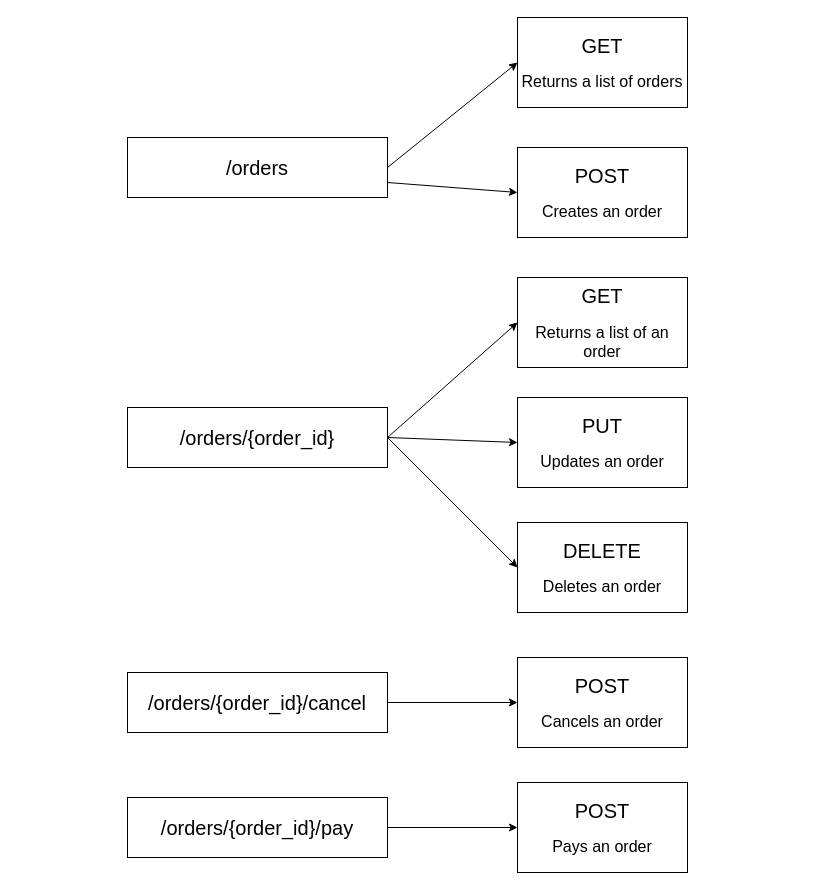
The draw.io diagram page "2.2" (2 of 12) of ch02.drawio in abunuwas/microservices-apis-img, before the edit. Source tidied: cells renumbered, new cells numbered last; positions are measured from the earlier drawing's top-left corner, leaving out a move shared by most shapes. Both pictures are drawn from the tidied source at 100%, with x=0, y=0 at pixel (127, 17).
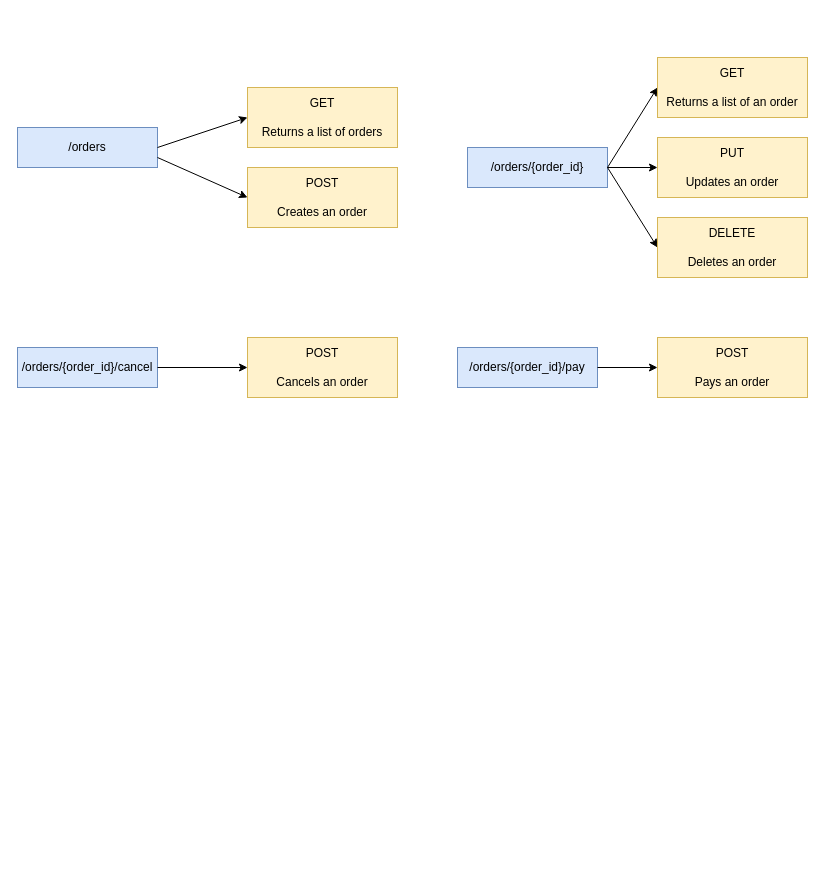
The same diagram, later.

What changed in the source:
```diff
@@
 <mxGraphModel>
   <root>
     <mxCell id="0" />
     <mxCell id="1" parent="0" />
-    <mxCell id="2" value="&lt;font style=&quot;font-size: 20px&quot;&gt;/orders&lt;/font&gt;" style="text;html=1;fillColor=none;align=center;verticalAlign=middle;whiteSpace=wrap;rounded=0;strokeColor=#000000;" parent="1" vertex="1">
-      <mxGeometry y="120" width="260" height="60" as="geometry" />
+    <mxCell id="2" value="&lt;font style=&quot;font-size: 12px&quot;&gt;/orders&lt;/font&gt;" style="text;html=1;fillColor=#dae8fc;align=center;verticalAlign=middle;whiteSpace=wrap;rounded=0;strokeColor=#6c8ebf;" parent="1" vertex="1">
+      <mxGeometry x="-110" y="110" width="140" height="40" as="geometry" />
     </mxCell>
-    <mxCell id="3" value="&lt;font style=&quot;font-size: 20px&quot;&gt;/orders/{order_id}&lt;/font&gt;" style="text;html=1;fillColor=none;align=center;verticalAlign=middle;whiteSpace=wrap;rounded=0;strokeColor=#000000;" parent="1" vertex="1">
-      <mxGeometry y="390" width="260" height="60" as="geometry" />
+    <mxCell id="3" value="&lt;font style=&quot;font-size: 12px&quot;&gt;/orders/{order_id}&lt;/font&gt;" style="text;html=1;fillColor=#dae8fc;align=center;verticalAlign=middle;whiteSpace=wrap;rounded=0;strokeColor=#6c8ebf;" parent="1" vertex="1">
+      <mxGeometry x="340" y="130" width="140" height="40" as="geometry" />
     </mxCell>
-    <mxCell id="4" value="&lt;font style=&quot;font-size: 20px&quot;&gt;/orders/{order_id}/cancel&lt;/font&gt;" style="text;html=1;fillColor=none;align=center;verticalAlign=middle;whiteSpace=wrap;rounded=0;strokeColor=#000000;" parent="1" vertex="1">
-      <mxGeometry y="655" width="260" height="60" as="geometry" />
+    <mxCell id="4" value="&lt;font style=&quot;font-size: 12px&quot;&gt;/orders/{order_id}/cancel&lt;/font&gt;" style="text;html=1;fillColor=#dae8fc;align=center;verticalAlign=middle;whiteSpace=wrap;rounded=0;strokeColor=#6c8ebf;" parent="1" vertex="1">
+      <mxGeometry x="-110" y="330" width="140" height="40" as="geometry" />
     </mxCell>
-    <mxCell id="5" value="&lt;font style=&quot;font-size: 20px&quot;&gt;/orders/{order_id}/pay&lt;/font&gt;" style="text;html=1;fillColor=none;align=center;verticalAlign=middle;whiteSpace=wrap;rounded=0;strokeColor=#000000;" parent="1" vertex="1">
-      <mxGeometry y="780" width="260" height="60" as="geometry" />
+    <mxCell id="5" value="&lt;font style=&quot;font-size: 12px&quot;&gt;/orders/{order_id}/pay&lt;/font&gt;" style="text;html=1;fillColor=#dae8fc;align=center;verticalAlign=middle;whiteSpace=wrap;rounded=0;strokeColor=#6c8ebf;" parent="1" vertex="1">
+      <mxGeometry x="330" y="330" width="140" height="40" as="geometry" />
     </mxCell>
     <mxCell id="6" style="endArrow=classic;html=1;exitX=1;exitY=0.5;exitDx=0;exitDy=0;entryX=0;entryY=0.5;entryDx=0;entryDy=0;" parent="1" edge="1" source="2" target="7">
       <mxGeometry relative="1" as="geometry" />
     </mxCell>
-    <mxCell id="7" value="&lt;font&gt;&lt;span style=&quot;font-size: 20px&quot;&gt;GET&lt;br&gt;&lt;/span&gt;&lt;br&gt;&lt;font style=&quot;font-size: 16px&quot;&gt;Returns a list of orders&lt;/font&gt;&lt;br&gt;&lt;/font&gt;" style="text;html=1;fillColor=none;align=center;verticalAlign=middle;whiteSpace=wrap;rounded=0;strokeColor=#000000;" parent="1" vertex="1">
-      <mxGeometry x="390" width="170" height="90" as="geometry" />
+    <mxCell id="7" value="&lt;font style=&quot;font-size: 12px&quot;&gt;&lt;span&gt;GET&lt;br&gt;&lt;/span&gt;&lt;br&gt;&lt;font style=&quot;font-size: 12px&quot;&gt;Returns a list of orders&lt;/font&gt;&lt;br&gt;&lt;/font&gt;" style="text;html=1;fillColor=#fff2cc;align=center;verticalAlign=middle;whiteSpace=wrap;rounded=0;strokeColor=#d6b656;" parent="1" vertex="1">
+      <mxGeometry x="120" y="70" width="150" height="60" as="geometry" />
     </mxCell>
-    <mxCell id="8" value="&lt;font&gt;&lt;span style=&quot;font-size: 20px&quot;&gt;POST&lt;br&gt;&lt;/span&gt;&lt;br&gt;&lt;font style=&quot;font-size: 16px&quot;&gt;Creates an order&lt;/font&gt;&lt;br&gt;&lt;/font&gt;" style="text;html=1;fillColor=none;align=center;verticalAlign=middle;whiteSpace=wrap;rounded=0;strokeColor=#000000;" parent="1" vertex="1">
-      <mxGeometry x="390" y="130" width="170" height="90" as="geometry" />
+    <mxCell id="8" value="&lt;font style=&quot;font-size: 12px&quot;&gt;&lt;span&gt;POST&lt;br&gt;&lt;/span&gt;&lt;br&gt;&lt;font style=&quot;font-size: 12px&quot;&gt;Creates an order&lt;/font&gt;&lt;br&gt;&lt;/font&gt;" style="text;html=1;fillColor=#fff2cc;align=center;verticalAlign=middle;whiteSpace=wrap;rounded=0;strokeColor=#d6b656;" parent="1" vertex="1">
+      <mxGeometry x="120" y="150" width="150" height="60" as="geometry" />
     </mxCell>
     <mxCell id="9" style="endArrow=classic;html=1;exitX=1;exitY=0.75;exitDx=0;exitDy=0;entryX=0;entryY=0.5;entryDx=0;entryDy=0;" parent="1" edge="1" source="2" target="8">
       <mxGeometry relative="1" as="geometry" />
     </mxCell>
     <mxCell id="10" style="endArrow=classic;html=1;exitX=1;exitY=0.5;exitDx=0;exitDy=0;entryX=0;entryY=0.5;entryDx=0;entryDy=0;" parent="1" edge="1" source="3" target="11">
       <mxGeometry relative="1" as="geometry" />
     </mxCell>
-    <mxCell id="11" value="&lt;font&gt;&lt;span style=&quot;font-size: 20px&quot;&gt;GET&lt;br&gt;&lt;/span&gt;&lt;br&gt;&lt;font style=&quot;font-size: 16px&quot;&gt;Returns a list of an order&lt;/font&gt;&lt;br&gt;&lt;/font&gt;" style="text;html=1;fillColor=none;align=center;verticalAlign=middle;whiteSpace=wrap;rounded=0;strokeColor=#000000;" parent="1" vertex="1">
-      <mxGeometry x="390" y="260" width="170" height="90" as="geometry" />
+    <mxCell id="11" value="&lt;font style=&quot;font-size: 12px&quot;&gt;&lt;span&gt;GET&lt;br&gt;&lt;/span&gt;&lt;br&gt;&lt;font style=&quot;font-size: 12px&quot;&gt;Returns a list of an order&lt;/font&gt;&lt;br&gt;&lt;/font&gt;" style="text;html=1;fillColor=#fff2cc;align=center;verticalAlign=middle;whiteSpace=wrap;rounded=0;strokeColor=#d6b656;" parent="1" vertex="1">
+      <mxGeometry x="530" y="40" width="150" height="60" as="geometry" />
     </mxCell>
     <mxCell id="12" style="endArrow=classic;html=1;exitX=1;exitY=0.5;exitDx=0;exitDy=0;entryX=0;entryY=0.5;entryDx=0;entryDy=0;" parent="1" edge="1" source="3" target="13">
       <mxGeometry relative="1" as="geometry" />
     </mxCell>
-    <mxCell id="13" value="&lt;font&gt;&lt;span style=&quot;font-size: 20px&quot;&gt;PUT&lt;br&gt;&lt;/span&gt;&lt;br&gt;&lt;font style=&quot;font-size: 16px&quot;&gt;Updates an order&lt;/font&gt;&lt;br&gt;&lt;/font&gt;" style="text;html=1;fillColor=none;align=center;verticalAlign=middle;whiteSpace=wrap;rounded=0;strokeColor=#000000;" parent="1" vertex="1">
-      <mxGeometry x="390" y="380" width="170" height="90" as="geometry" />
+    <mxCell id="13" value="&lt;font style=&quot;font-size: 12px&quot;&gt;&lt;span&gt;PUT&lt;br&gt;&lt;/span&gt;&lt;br&gt;&lt;font style=&quot;font-size: 12px&quot;&gt;Updates an order&lt;/font&gt;&lt;br&gt;&lt;/font&gt;" style="text;html=1;fillColor=#fff2cc;align=center;verticalAlign=middle;whiteSpace=wrap;rounded=0;strokeColor=#d6b656;" parent="1" vertex="1">
+      <mxGeometry x="530" y="120" width="150" height="60" as="geometry" />
     </mxCell>
     <mxCell id="14" style="endArrow=classic;html=1;exitX=1;exitY=0.5;exitDx=0;exitDy=0;entryX=0;entryY=0.5;entryDx=0;entryDy=0;" parent="1" edge="1" source="3" target="15">
       <mxGeometry relative="1" as="geometry" />
     </mxCell>
-    <mxCell id="15" value="&lt;font&gt;&lt;span style=&quot;font-size: 20px&quot;&gt;DELETE&lt;br&gt;&lt;/span&gt;&lt;br&gt;&lt;font style=&quot;font-size: 16px&quot;&gt;Deletes an order&lt;/font&gt;&lt;br&gt;&lt;/font&gt;" style="text;html=1;fillColor=none;align=center;verticalAlign=middle;whiteSpace=wrap;rounded=0;strokeColor=#000000;" parent="1" vertex="1">
-      <mxGeometry x="390" y="505" width="170" height="90" as="geometry" />
+    <mxCell id="15" value="&lt;font style=&quot;font-size: 12px&quot;&gt;&lt;span&gt;DELETE&lt;br&gt;&lt;/span&gt;&lt;br&gt;&lt;font style=&quot;font-size: 12px&quot;&gt;Deletes an order&lt;/font&gt;&lt;br&gt;&lt;/font&gt;" style="text;html=1;fillColor=#fff2cc;align=center;verticalAlign=middle;whiteSpace=wrap;rounded=0;strokeColor=#d6b656;" parent="1" vertex="1">
+      <mxGeometry x="530" y="200" width="150" height="60" as="geometry" />
     </mxCell>
-    <mxCell id="16" value="&lt;font&gt;&lt;span style=&quot;font-size: 20px&quot;&gt;POST&lt;br&gt;&lt;/span&gt;&lt;br&gt;&lt;font style=&quot;font-size: 16px&quot;&gt;Cancels an order&lt;/font&gt;&lt;br&gt;&lt;/font&gt;" style="text;html=1;fillColor=none;align=center;verticalAlign=middle;whiteSpace=wrap;rounded=0;strokeColor=#000000;" parent="1" vertex="1">
-      <mxGeometry x="390" y="640" width="170" height="90" as="geometry" />
+    <mxCell id="16" value="&lt;font style=&quot;font-size: 12px&quot;&gt;&lt;span&gt;POST&lt;br&gt;&lt;/span&gt;&lt;br&gt;&lt;font style=&quot;font-size: 12px&quot;&gt;Cancels an order&lt;/font&gt;&lt;br&gt;&lt;/font&gt;" style="text;html=1;fillColor=#fff2cc;align=center;verticalAlign=middle;whiteSpace=wrap;rounded=0;strokeColor=#d6b656;" parent="1" vertex="1">
+      <mxGeometry x="120" y="320" width="150" height="60" as="geometry" />
     </mxCell>
     <mxCell id="17" style="endArrow=classic;html=1;exitX=1;exitY=0.5;exitDx=0;exitDy=0;entryX=0;entryY=0.5;entryDx=0;entryDy=0;" parent="1" edge="1" source="4" target="16">
       <mxGeometry relative="1" as="geometry" />
     </mxCell>
-    <mxCell id="18" value="&lt;font&gt;&lt;span style=&quot;font-size: 20px&quot;&gt;POST&lt;br&gt;&lt;/span&gt;&lt;br&gt;&lt;font style=&quot;font-size: 16px&quot;&gt;Pays an order&lt;/font&gt;&lt;br&gt;&lt;/font&gt;" style="text;html=1;fillColor=none;align=center;verticalAlign=middle;whiteSpace=wrap;rounded=0;strokeColor=#000000;" parent="1" vertex="1">
-      <mxGeometry x="390" y="765" width="170" height="90" as="geometry" />
+    <mxCell id="18" value="&lt;font style=&quot;font-size: 12px&quot;&gt;&lt;span&gt;POST&lt;br&gt;&lt;/span&gt;&lt;br&gt;&lt;font style=&quot;font-size: 12px&quot;&gt;Pays an order&lt;/font&gt;&lt;br&gt;&lt;/font&gt;" style="text;html=1;fillColor=#fff2cc;align=center;verticalAlign=middle;whiteSpace=wrap;rounded=0;strokeColor=#d6b656;" parent="1" vertex="1">
+      <mxGeometry x="530" y="320" width="150" height="60" as="geometry" />
     </mxCell>
     <mxCell id="19" style="endArrow=classic;html=1;entryX=0;entryY=0.5;entryDx=0;entryDy=0;" parent="1" edge="1" source="5" target="18">
       <mxGeometry relative="1" as="geometry" />
     </mxCell>
   </root>
 </mxGraphModel>
```
